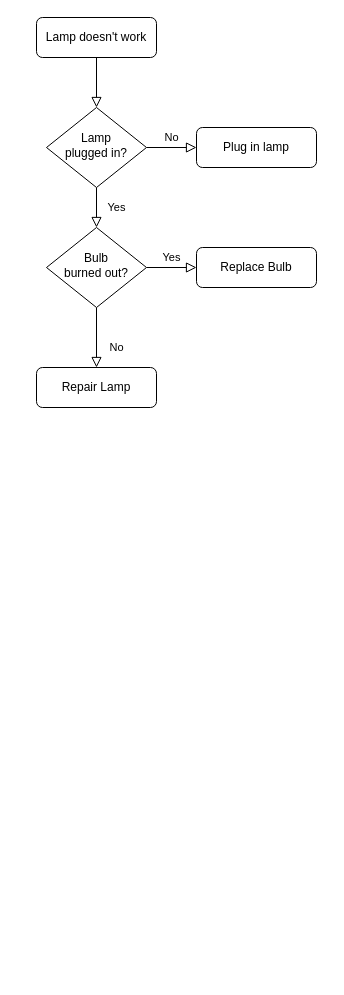
antbone123/cis7-project keeps this draw.io diagram as Untitled Diagram.drawio. Above is the earlier version. Source tidied: cells renumbered, new cells numbered last; positions are measured from the earlier drawing's top-left corner, leaving out a move shared by most shapes. Both pictures are drawn from the tidied source at 100%, with x=0, y=0 at pixel (36, 17).
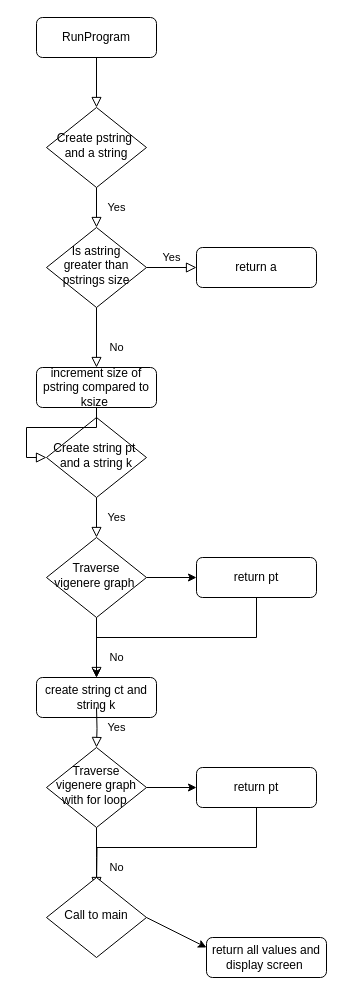
Above is the later version.

Commit message:
Course Project Flowchart

Change to the diagram source:
```diff
@@
-    <mxCell id="3" value="Lamp doesn't work" style="rounded=1;whiteSpace=wrap;html=1;fontSize=12;glass=0;strokeWidth=1;shadow=0;" parent="1" vertex="1">
+    <mxCell id="3" value="RunProgram" style="rounded=1;whiteSpace=wrap;html=1;fontSize=12;glass=0;strokeWidth=1;shadow=0;" parent="1" vertex="1">
       <mxGeometry width="120" height="40" as="geometry" />
     </mxCell>
@@
-    <mxCell id="5" value="No" style="edgeStyle=orthogonalEdgeStyle;rounded=0;html=1;jettySize=auto;fontSize=11;endArrow=block;endFill=0;endSize=8;strokeWidth=1;shadow=0;labelBackgroundColor=none;" parent="1" edge="1" source="6" target="7">
-      <mxGeometry y="10" relative="1" as="geometry" />
-    </mxCell>
-    <mxCell id="6" value="Lamp&lt;br&gt;plugged in?" style="rhombus;whiteSpace=wrap;html=1;shadow=0;fontFamily=Helvetica;fontSize=12;align=center;strokeWidth=1;spacing=6;spacingTop=-4;" parent="1" vertex="1">
+    <mxCell id="6" value="Create pstring&amp;nbsp;&lt;br&gt;and a string" style="rhombus;whiteSpace=wrap;html=1;shadow=0;fontFamily=Helvetica;fontSize=12;align=center;strokeWidth=1;spacing=6;spacingTop=-4;" parent="1" vertex="1">
       <mxGeometry x="10" y="90" width="100" height="80" as="geometry" />
     </mxCell>
-    <mxCell id="7" value="Plug in lamp" style="rounded=1;whiteSpace=wrap;html=1;fontSize=12;glass=0;strokeWidth=1;shadow=0;" parent="1" vertex="1">
-      <mxGeometry x="160" y="110" width="120" height="40" as="geometry" />
-    </mxCell>
@@
-    <mxCell id="10" value="Bulb&lt;br&gt;burned out?" style="rhombus;whiteSpace=wrap;html=1;shadow=0;fontFamily=Helvetica;fontSize=12;align=center;strokeWidth=1;spacing=6;spacingTop=-4;" parent="1" vertex="1">
+    <mxCell id="10" value="Is astring greater than pstrings size" style="rhombus;whiteSpace=wrap;html=1;shadow=0;fontFamily=Helvetica;fontSize=12;align=center;strokeWidth=1;spacing=6;spacingTop=-4;" parent="1" vertex="1">
       <mxGeometry x="10" y="210" width="100" height="80" as="geometry" />
     </mxCell>
-    <mxCell id="11" value="Repair Lamp" style="rounded=1;whiteSpace=wrap;html=1;fontSize=12;glass=0;strokeWidth=1;shadow=0;" parent="1" vertex="1">
+    <mxCell id="11" value="increment size of pstring compared to ksize&amp;nbsp;" style="rounded=1;whiteSpace=wrap;html=1;fontSize=12;glass=0;strokeWidth=1;shadow=0;" parent="1" vertex="1">
       <mxGeometry y="350" width="120" height="40" as="geometry" />
     </mxCell>
-    <mxCell id="12" value="Replace Bulb" style="rounded=1;whiteSpace=wrap;html=1;fontSize=12;glass=0;strokeWidth=1;shadow=0;" parent="1" vertex="1">
+    <mxCell id="12" value="return a" style="rounded=1;whiteSpace=wrap;html=1;fontSize=12;glass=0;strokeWidth=1;shadow=0;" parent="1" vertex="1">
       <mxGeometry x="160" y="230" width="120" height="40" as="geometry" />
     </mxCell>
+    <mxCell id="13" value="Yes" style="rounded=0;html=1;jettySize=auto;fontSize=11;endArrow=block;endFill=0;endSize=8;strokeWidth=1;shadow=0;labelBackgroundColor=none;edgeStyle=orthogonalEdgeStyle;" parent="1" edge="1" source="14" target="17">
+      <mxGeometry y="20" relative="1" as="geometry" />
+    </mxCell>
+    <mxCell id="14" value="Create string pt&amp;nbsp;&lt;br&gt;and a string k" style="rhombus;whiteSpace=wrap;html=1;shadow=0;fontFamily=Helvetica;fontSize=12;align=center;strokeWidth=1;spacing=6;spacingTop=-4;" parent="1" vertex="1">
+      <mxGeometry x="10" y="400" width="100" height="80" as="geometry" />
+    </mxCell>
+    <mxCell id="15" value="No" style="rounded=0;html=1;jettySize=auto;fontSize=11;endArrow=block;endFill=0;endSize=8;strokeWidth=1;shadow=0;labelBackgroundColor=none;edgeStyle=orthogonalEdgeStyle;" parent="1" edge="1" source="17" target="18">
+      <mxGeometry x="0.33" y="20" relative="1" as="geometry" />
+    </mxCell>
+    <mxCell id="16" style="edgeStyle=orthogonalEdgeStyle;rounded=0;jettySize=auto;html=1;exitX=1;exitY=0.5;exitDx=0;exitDy=0;entryX=0;entryY=0.5;entryDx=0;entryDy=0;" parent="1" edge="1" source="17" target="20">
+      <mxGeometry relative="1" as="geometry" />
+    </mxCell>
+    <mxCell id="17" value="Traverse vigenere graph&amp;nbsp;" style="rhombus;whiteSpace=wrap;html=1;shadow=0;fontFamily=Helvetica;fontSize=12;align=center;strokeWidth=1;spacing=6;spacingTop=-4;" parent="1" vertex="1">
+      <mxGeometry x="10" y="520" width="100" height="80" as="geometry" />
+    </mxCell>
+    <mxCell id="18" value="create string ct and string k" style="rounded=1;whiteSpace=wrap;html=1;fontSize=12;glass=0;strokeWidth=1;shadow=0;" parent="1" vertex="1">
+      <mxGeometry y="660" width="120" height="40" as="geometry" />
+    </mxCell>
+    <mxCell id="19" style="edgeStyle=orthogonalEdgeStyle;rounded=0;jettySize=auto;html=1;exitX=0.5;exitY=1;exitDx=0;exitDy=0;" parent="1" edge="1" source="20" target="18">
+      <mxGeometry relative="1" as="geometry" />
+    </mxCell>
+    <mxCell id="20" value="return pt" style="rounded=1;whiteSpace=wrap;html=1;fontSize=12;glass=0;strokeWidth=1;shadow=0;" parent="1" vertex="1">
+      <mxGeometry x="160" y="540" width="120" height="40" as="geometry" />
+    </mxCell>
+    <mxCell id="21" style="rounded=0;html=1;jettySize=auto;fontSize=11;endArrow=block;endFill=0;endSize=8;strokeWidth=1;shadow=0;labelBackgroundColor=none;edgeStyle=orthogonalEdgeStyle;exitX=0.5;exitY=1;exitDx=0;exitDy=0;entryX=0;entryY=0.5;entryDx=0;entryDy=0;" parent="1" edge="1" source="11" target="14">
+      <mxGeometry x="0.33" y="20" relative="1" as="geometry" />
+    </mxCell>
+    <mxCell id="22" value="Yes" style="rounded=0;html=1;jettySize=auto;fontSize=11;endArrow=block;endFill=0;endSize=8;strokeWidth=1;shadow=0;labelBackgroundColor=none;edgeStyle=orthogonalEdgeStyle;" parent="1" edge="1" target="25">
+      <mxGeometry y="20" relative="1" as="geometry">
+        <mxPoint x="60" y="690" as="sourcePoint" />
+      </mxGeometry>
+    </mxCell>
+    <mxCell id="23" value="No" style="rounded=0;html=1;jettySize=auto;fontSize=11;endArrow=block;endFill=0;endSize=8;strokeWidth=1;shadow=0;labelBackgroundColor=none;edgeStyle=orthogonalEdgeStyle;" parent="1" edge="1" source="25">
+      <mxGeometry x="0.33" y="20" relative="1" as="geometry">
+        <mxPoint x="60" y="870" as="targetPoint" />
+      </mxGeometry>
+    </mxCell>
+    <mxCell id="24" style="edgeStyle=orthogonalEdgeStyle;rounded=0;jettySize=auto;html=1;exitX=1;exitY=0.5;exitDx=0;exitDy=0;entryX=0;entryY=0.5;entryDx=0;entryDy=0;" parent="1" edge="1" source="25" target="27">
+      <mxGeometry relative="1" as="geometry" />
+    </mxCell>
+    <mxCell id="25" value="Traverse vigenere graph&lt;br&gt;with for loop&amp;nbsp;" style="rhombus;whiteSpace=wrap;html=1;shadow=0;fontFamily=Helvetica;fontSize=12;align=center;strokeWidth=1;spacing=6;spacingTop=-4;" parent="1" vertex="1">
+      <mxGeometry x="10" y="730" width="100" height="80" as="geometry" />
+    </mxCell>
+    <mxCell id="26" style="edgeStyle=orthogonalEdgeStyle;rounded=0;jettySize=auto;html=1;exitX=0.5;exitY=1;exitDx=0;exitDy=0;" parent="1" edge="1" source="27">
+      <mxGeometry relative="1" as="geometry">
+        <mxPoint x="60" y="870" as="targetPoint" />
+      </mxGeometry>
+    </mxCell>
+    <mxCell id="27" value="return pt" style="rounded=1;whiteSpace=wrap;html=1;fontSize=12;glass=0;strokeWidth=1;shadow=0;" parent="1" vertex="1">
+      <mxGeometry x="160" y="750" width="120" height="40" as="geometry" />
+    </mxCell>
+    <mxCell id="28" value="Call to main" style="rhombus;whiteSpace=wrap;html=1;shadow=0;fontFamily=Helvetica;fontSize=12;align=center;strokeWidth=1;spacing=6;spacingTop=-4;" parent="1" vertex="1">
+      <mxGeometry x="10" y="860" width="100" height="80" as="geometry" />
+    </mxCell>
+    <mxCell id="29" style="endArrow=classic;html=1;rounded=0;" parent="1" edge="1">
+      <mxGeometry relative="1" as="geometry">
+        <mxPoint x="110" y="900" as="sourcePoint" />
+        <mxPoint x="170" y="930" as="targetPoint" />
+      </mxGeometry>
+    </mxCell>
+    <mxCell id="30" value="return all values and display screen&amp;nbsp;" style="rounded=1;whiteSpace=wrap;html=1;fontSize=12;glass=0;strokeWidth=1;shadow=0;" parent="1" vertex="1">
+      <mxGeometry x="170" y="920" width="120" height="40" as="geometry" />
+    </mxCell>
```
